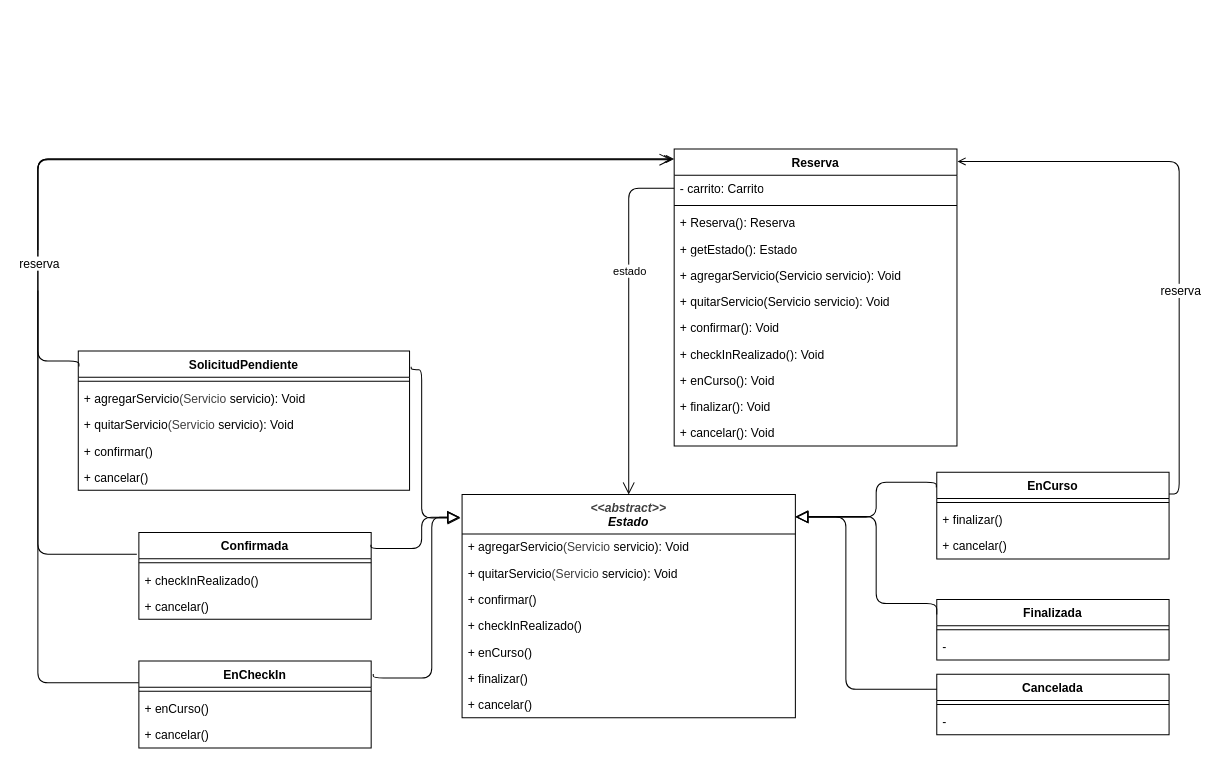
The draw.io diagram 2.2CicloDeVida.drawio in Naxayy/UNQ_Travel, before the edit. Source tidied: cells renumbered, new cells numbered last; positions are measured from the earlier drawing's top-left corner, leaving out a move shared by most shapes. Both pictures are drawn from the tidied source at 101%, with x=0, y=0 at pixel (17, 148).
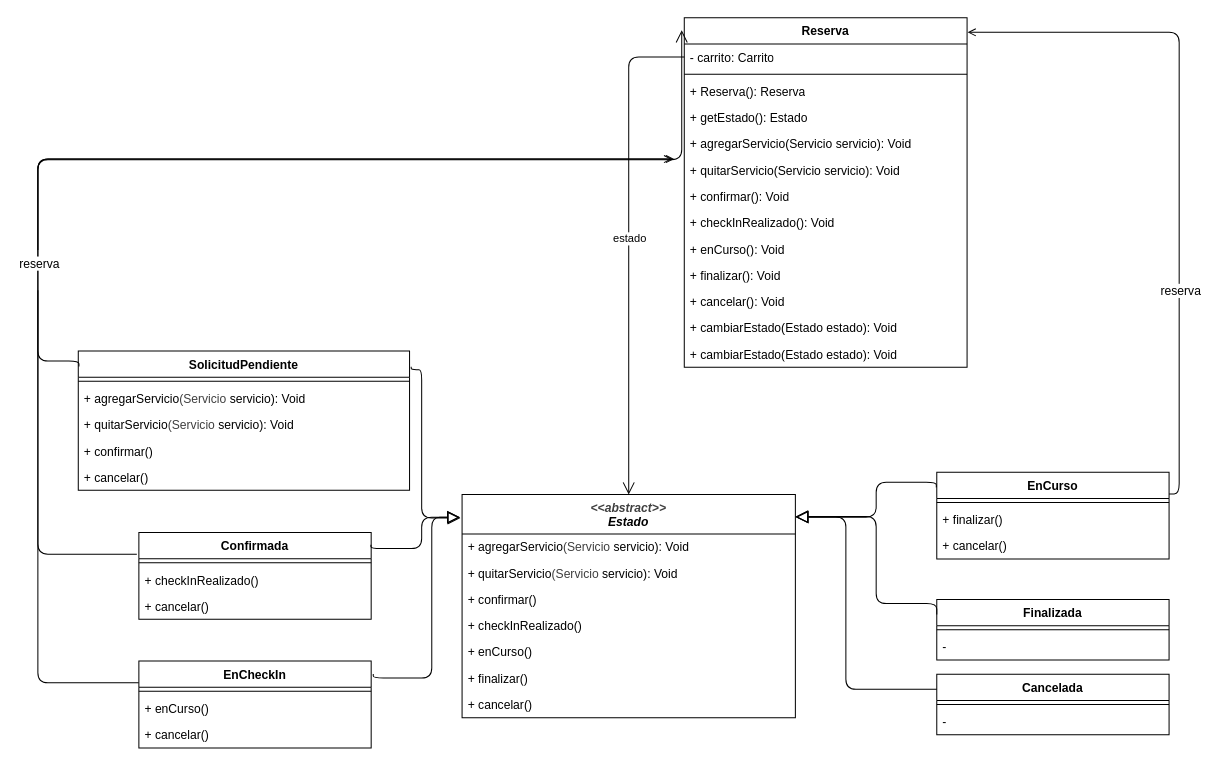
The same page after the edit.

Commit message:
sumando metodos al uml

Change to the diagram source:
```diff
@@
     <mxCell id="2" value="Reserva" style="swimlane;fontStyle=1;align=center;verticalAlign=top;horizontal=1;startSize=26;whiteSpace=wrap;html=1;strokeColor=default;swimlaneFillColor=default;fontFamily=Helvetica;fontSize=12;fontColor=default;fillColor=default;gradientColor=none;" parent="1" vertex="1">
-      <mxGeometry x="650" width="280" height="294" as="geometry" />
+      <mxGeometry x="660" y="-130" width="280" height="346" as="geometry" />
     </mxCell>
@@
-    <mxCell id="13" value="+ cancelar(): Void" style="text;strokeColor=none;fillColor=none;align=left;verticalAlign=top;spacingLeft=4;spacingRight=4;overflow=hidden;whiteSpace=wrap;html=1;" parent="2" vertex="1">
+    <mxCell id="13" value="&lt;span style=&quot;color: rgb(0, 0, 0);&quot;&gt;+ cancelar(): Void&lt;/span&gt;" style="text;strokeColor=none;fillColor=none;align=left;verticalAlign=top;spacingLeft=4;spacingRight=4;overflow=hidden;whiteSpace=wrap;html=1;" parent="2" vertex="1">
       <mxGeometry y="268" width="280" height="26" as="geometry" />
     </mxCell>
+    <mxCell id="61" value="&lt;span style=&quot;color: rgb(0, 0, 0);&quot;&gt;+ cambiarEstado(Estado estado): Void&lt;/span&gt;" style="text;strokeColor=none;fillColor=none;align=left;verticalAlign=top;spacingLeft=4;spacingRight=4;overflow=hidden;whiteSpace=wrap;html=1;" parent="2" vertex="1">
+      <mxGeometry y="294" width="280" height="26" as="geometry" />
+    </mxCell>
+    <mxCell id="62" value="&lt;span style=&quot;color: rgb(0, 0, 0);&quot;&gt;+ cambiarEstado(Estado estado): Void&lt;/span&gt;" style="text;strokeColor=none;fillColor=none;align=left;verticalAlign=top;spacingLeft=4;spacingRight=4;overflow=hidden;whiteSpace=wrap;html=1;" parent="2" vertex="1">
+      <mxGeometry y="320" width="280" height="26" as="geometry" />
+    </mxCell>
```
